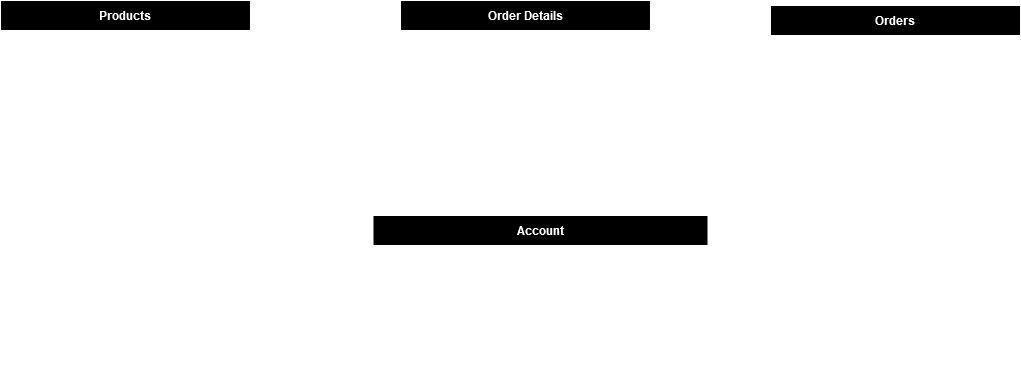
This is sql/database_schema.png from MrkDchvz/grocery_system, a draw.io export, as it was before one commit. Source tidied: cells renumbered, new cells last; positions are measured from the earlier drawing's top-left corner, leaving out a move shared by most shapes.
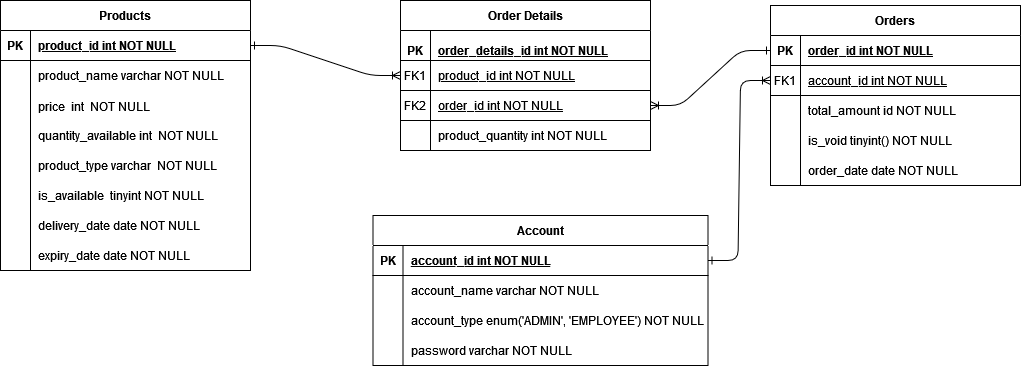
The same file after the commit.

Change to the diagram source:
```diff
@@ -1,4 +1,4 @@
-<mxGraphModel background="#ffffff">
+<mxGraphModel>
   <root>
     <mxCell id="0" />
     <mxCell id="1" parent="0" />
```
